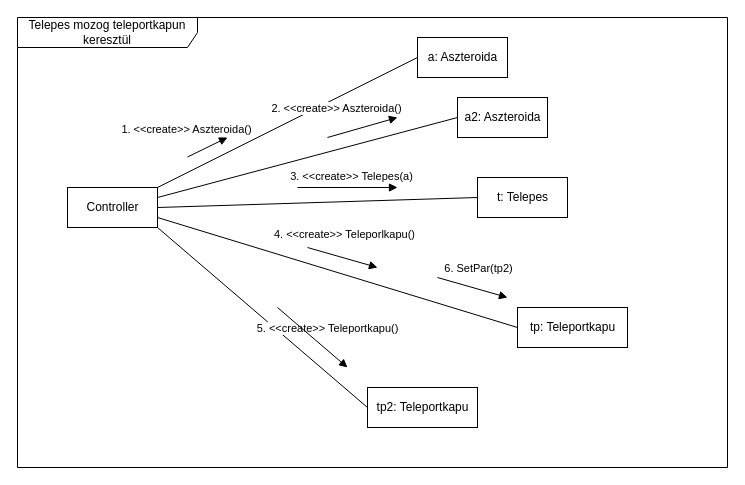
This is page "telepes_komm_diag" (2 of 5) of doc/uml/szekvencia_tpkapu.drawio from torpeBoiGo/aszteroidabanyaszat, a draw.io file, before an edit. Source tidied: cells renumbered, new cells numbered last; positions are measured from the earlier drawing's top-left corner, leaving out a move shared by most shapes. Both pictures are drawn from the tidied source at 100%, with x=0, y=0 at pixel (17, 17).
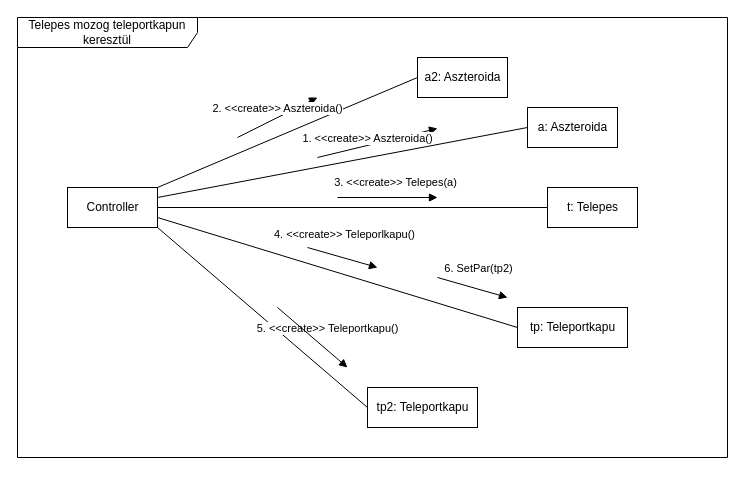
After the change.

The change refers to these unchanged cells:
```xml
<mxCell id="6" value="Controller" style="html=1;" parent="1" vertex="1">
  <mxGeometry x="50" y="170" width="90" height="40" as="geometry" />
</mxCell>
```

The edit, as a diff of the source:
```diff
@@
     <mxCell id="2" value="Telepes mozog teleportkapun keresztül" style="shape=umlFrame;whiteSpace=wrap;html=1;width=180;height=30;" parent="1" vertex="1">
-      <mxGeometry width="710" height="450" as="geometry" />
+      <mxGeometry width="710" height="440" as="geometry" />
     </mxCell>
     <mxCell id="3" value="t: Telepes" style="html=1;" parent="1" vertex="1">
-      <mxGeometry x="460" y="160" width="90" height="40" as="geometry" />
+      <mxGeometry x="530" y="170" width="90" height="40" as="geometry" />
     </mxCell>
     <mxCell id="4" value="a: Aszteroida" style="html=1;" parent="1" vertex="1">
-      <mxGeometry x="400" y="20" width="90" height="40" as="geometry" />
+      <mxGeometry x="510" y="90" width="90" height="40" as="geometry" />
     </mxCell>
@@
-    <mxCell id="8" style="html=1;verticalAlign=bottom;endArrow=none;exitX=1;exitY=0;exitDx=0;exitDy=0;entryX=0;entryY=0.5;entryDx=0;entryDy=0;endFill=0;" parent="1" edge="1" source="6" target="4">
-      <mxGeometry x="0.17" y="-40" relative="1" as="geometry" />
+    <mxCell id="8" style="html=1;verticalAlign=bottom;endArrow=none;entryX=0;entryY=0.5;entryDx=0;entryDy=0;endFill=0;" parent="1" edge="1" target="4">
+      <mxGeometry x="0.17" y="-40" relative="1" as="geometry">
+        <mxPoint x="140" y="180" as="sourcePoint" />
+      </mxGeometry>
     </mxCell>
@@
     <mxCell id="10" value="1. &amp;lt;&amp;lt;create&amp;gt;&amp;gt; Aszteroida()" style="html=1;verticalAlign=bottom;endArrow=block;" parent="1" edge="1">
-      <mxGeometry x="-0.62" y="18" relative="1" as="geometry">
-        <mxPoint x="170" y="139.5" as="sourcePoint" />
-        <mxPoint x="210" y="120" as="targetPoint" />
-        <mxPoint y="1" as="offset" />
+      <mxGeometry x="-0.17" y="-2" relative="1" as="geometry">
+        <mxPoint x="300" y="140" as="sourcePoint" />
+        <mxPoint x="420" y="111" as="targetPoint" />
       </mxGeometry>
     </mxCell>
-    <mxCell id="11" value="a2: Aszteroida" style="html=1;" parent="1" vertex="1">
-      <mxGeometry x="440" y="80" width="90" height="40" as="geometry" />
-    </mxCell>
-    <mxCell id="12" value="2. &amp;lt;&amp;lt;create&amp;gt;&amp;gt; Aszteroida()" style="html=1;verticalAlign=bottom;endArrow=block;" parent="1" edge="1">
-      <mxGeometry x="-0.62" y="18" relative="1" as="geometry">
-        <mxPoint x="310" y="120" as="sourcePoint" />
-        <mxPoint x="380" y="100" as="targetPoint" />
-        <mxPoint y="1" as="offset" />
-      </mxGeometry>
-    </mxCell>
-    <mxCell id="13" style="html=1;verticalAlign=bottom;endArrow=none;exitX=1;exitY=0.25;exitDx=0;exitDy=0;entryX=0;entryY=0.5;entryDx=0;entryDy=0;endFill=0;" parent="1" edge="1" source="6" target="11">
+    <mxCell id="13" style="html=1;verticalAlign=bottom;endArrow=none;entryX=0;entryY=0.5;entryDx=0;entryDy=0;endFill=0;exitX=1;exitY=0;exitDx=0;exitDy=0;" parent="1" edge="1" source="6" target="11">
       <mxGeometry x="0.17" y="-40" relative="1" as="geometry" />
     </mxCell>
@@
     <mxCell id="19" style="html=1;verticalAlign=bottom;endArrow=block;" parent="1" edge="1">
       <mxGeometry x="0.06" y="11" relative="1" as="geometry">
-        <mxPoint x="280" y="170" as="sourcePoint" />
-        <mxPoint x="380" y="170" as="targetPoint" />
+        <mxPoint x="320" y="180" as="sourcePoint" />
+        <mxPoint x="420" y="180" as="targetPoint" />
       </mxGeometry>
     </mxCell>
+    <mxCell id="11" value="a2: Aszteroida" style="html=1;" parent="1" vertex="1">
+      <mxGeometry x="400" y="40" width="90" height="40" as="geometry" />
+    </mxCell>
+    <mxCell id="12" value="2. &amp;lt;&amp;lt;create&amp;gt;&amp;gt; Aszteroida()" style="html=1;verticalAlign=bottom;endArrow=block;" parent="1" edge="1">
+      <mxGeometry x="290" y="90" as="geometry">
+        <mxPoint x="220" y="120" as="sourcePoint" />
+        <mxPoint x="300" y="80" as="targetPoint" />
+      </mxGeometry>
+    </mxCell>
```
